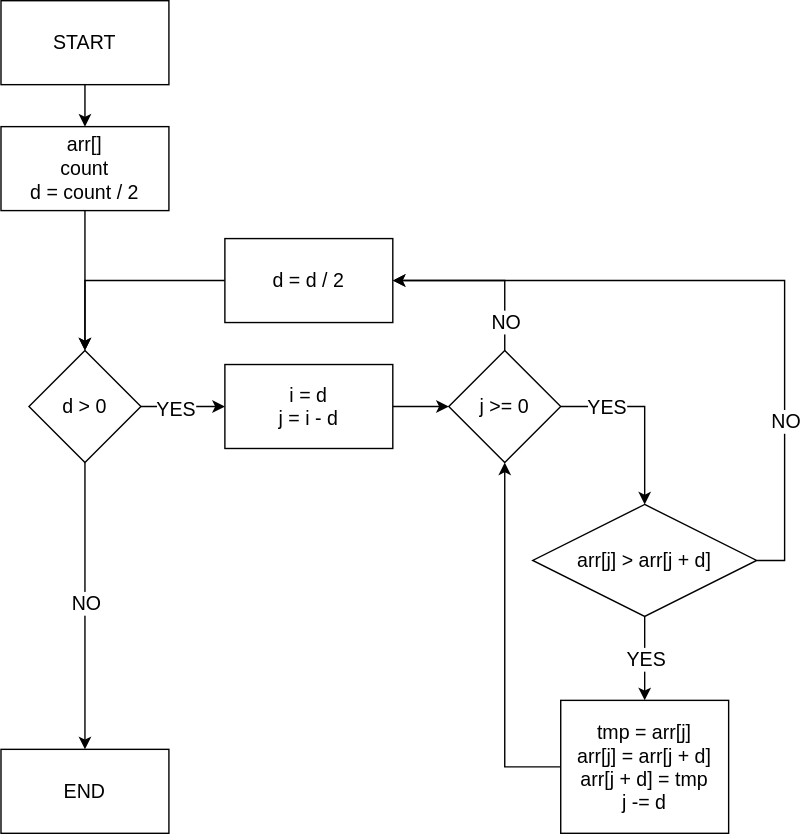
The draw.io diagram diagram/algorithm.svg in KATEHOK/par_prog-3, before a commit. Source tidied: cells renumbered, new cells last; positions are measured from the earlier drawing's top-left corner, leaving out a move shared by most shapes. Its diagram source:
```xml
<mxGraphModel>
  <root>
    <mxCell id="0" />
    <mxCell id="1" parent="0" />
    <mxCell id="2" style="edgeStyle=orthogonalEdgeStyle;rounded=0;jettySize=auto;html=1;" parent="1" edge="1" source="3" target="5">
      <mxGeometry relative="1" as="geometry" />
    </mxCell>
    <mxCell id="3" value="&lt;font style=&quot;font-size: 14px;&quot;&gt;START&lt;/font&gt;" style="rounded=0;whiteSpace=wrap;html=1;" parent="1" vertex="1">
      <mxGeometry width="120" height="60" as="geometry" />
    </mxCell>
    <mxCell id="4" style="edgeStyle=orthogonalEdgeStyle;rounded=0;jettySize=auto;html=1;" parent="1" edge="1" source="5" target="10">
      <mxGeometry relative="1" as="geometry" />
    </mxCell>
    <mxCell id="5" value="&lt;font style=&quot;font-size: 14px;&quot;&gt;arr[]&lt;br&gt;count&lt;br&gt;d = count / 2&lt;br&gt;&lt;/font&gt;" style="rounded=0;whiteSpace=wrap;html=1;" parent="1" vertex="1">
      <mxGeometry y="90" width="120" height="60" as="geometry" />
    </mxCell>
    <mxCell id="6" style="edgeStyle=orthogonalEdgeStyle;rounded=0;jettySize=auto;html=1;exitX=0.5;exitY=1;exitDx=0;exitDy=0;" parent="1" edge="1" source="10" target="11">
      <mxGeometry relative="1" as="geometry" />
    </mxCell>
    <mxCell id="7" value="&lt;font style=&quot;font-size: 14px;&quot;&gt;NO&lt;/font&gt;" style="edgeLabel;html=1;align=center;verticalAlign=middle;" parent="6" vertex="1">
      <mxGeometry x="-0.06" y="-1" relative="1" as="geometry">
        <mxPoint x="1" y="4" as="offset" />
      </mxGeometry>
    </mxCell>
    <mxCell id="8" style="edgeStyle=orthogonalEdgeStyle;rounded=0;jettySize=auto;html=1;" parent="1" edge="1" source="10" target="13">
      <mxGeometry relative="1" as="geometry" />
    </mxCell>
    <mxCell id="9" value="&lt;font style=&quot;font-size: 14px;&quot;&gt;YES&lt;/font&gt;" style="edgeLabel;html=1;align=center;verticalAlign=middle;" parent="8" vertex="1">
      <mxGeometry x="-0.18" y="-1" relative="1" as="geometry" />
    </mxCell>
    <mxCell id="10" value="&lt;font style=&quot;font-size: 14px;&quot;&gt;d &amp;gt; 0&lt;/font&gt;" style="rhombus;whiteSpace=wrap;html=1;" parent="1" vertex="1">
      <mxGeometry x="20" y="250" width="80" height="80" as="geometry" />
    </mxCell>
    <mxCell id="11" value="&lt;font style=&quot;font-size: 14px;&quot;&gt;END&lt;/font&gt;" style="rounded=0;whiteSpace=wrap;html=1;" parent="1" vertex="1">
      <mxGeometry y="535" width="120" height="60" as="geometry" />
    </mxCell>
    <mxCell id="12" style="edgeStyle=orthogonalEdgeStyle;rounded=0;jettySize=auto;html=1;" parent="1" edge="1" source="13" target="20">
      <mxGeometry relative="1" as="geometry" />
    </mxCell>
    <mxCell id="13" value="&lt;font style=&quot;font-size: 14px;&quot;&gt;i = d&lt;br&gt;j = i - d&lt;/font&gt;" style="rounded=0;whiteSpace=wrap;html=1;" parent="1" vertex="1">
      <mxGeometry x="160" y="260" width="120" height="60" as="geometry" />
    </mxCell>
    <mxCell id="14" style="edgeStyle=orthogonalEdgeStyle;rounded=0;jettySize=auto;html=1;exitX=0;exitY=0.5;exitDx=0;exitDy=0;entryX=0.5;entryY=0;entryDx=0;entryDy=0;" parent="1" edge="1" source="15" target="10">
      <mxGeometry relative="1" as="geometry" />
    </mxCell>
    <mxCell id="15" value="&lt;font style=&quot;font-size: 14px;&quot;&gt;d = d / 2&lt;/font&gt;" style="rounded=0;whiteSpace=wrap;html=1;" parent="1" vertex="1">
      <mxGeometry x="160" y="170" width="120" height="60" as="geometry" />
    </mxCell>
    <mxCell id="16" style="edgeStyle=orthogonalEdgeStyle;rounded=0;jettySize=auto;html=1;exitX=0.5;exitY=0;exitDx=0;exitDy=0;entryX=1;entryY=0.5;entryDx=0;entryDy=0;" parent="1" edge="1" source="20" target="15">
      <mxGeometry relative="1" as="geometry" />
    </mxCell>
    <mxCell id="17" value="&lt;font style=&quot;font-size: 14px;&quot;&gt;NO&lt;/font&gt;" style="edgeLabel;html=1;align=center;verticalAlign=middle;" parent="16" vertex="1">
      <mxGeometry x="-0.68" relative="1" as="geometry" />
    </mxCell>
    <mxCell id="18" style="edgeStyle=orthogonalEdgeStyle;rounded=0;jettySize=auto;html=1;exitX=1;exitY=0.5;exitDx=0;exitDy=0;" parent="1" edge="1" source="20" target="25">
      <mxGeometry relative="1" as="geometry" />
    </mxCell>
    <mxCell id="19" value="&lt;font style=&quot;font-size: 14px;&quot;&gt;YES&lt;/font&gt;" style="edgeLabel;html=1;align=center;verticalAlign=middle;" parent="18" vertex="1">
      <mxGeometry x="-0.23" y="1" relative="1" as="geometry">
        <mxPoint x="-18" y="1" as="offset" />
      </mxGeometry>
    </mxCell>
    <mxCell id="20" value="&lt;font style=&quot;font-size: 14px;&quot;&gt;j &amp;gt;= 0&lt;/font&gt;" style="rhombus;whiteSpace=wrap;html=1;" parent="1" vertex="1">
      <mxGeometry x="320" y="250" width="80" height="80" as="geometry" />
    </mxCell>
    <mxCell id="21" style="edgeStyle=orthogonalEdgeStyle;rounded=0;jettySize=auto;html=1;exitX=1;exitY=0.5;exitDx=0;exitDy=0;entryX=1;entryY=0.5;entryDx=0;entryDy=0;" parent="1" edge="1" source="25" target="15">
      <mxGeometry relative="1" as="geometry" />
    </mxCell>
    <mxCell id="22" value="&lt;font style=&quot;font-size: 14px;&quot;&gt;NO&lt;/font&gt;" style="edgeLabel;html=1;align=center;verticalAlign=middle;" parent="21" vertex="1">
      <mxGeometry x="-0.57" y="-1" relative="1" as="geometry">
        <mxPoint x="-1" y="-11" as="offset" />
      </mxGeometry>
    </mxCell>
    <mxCell id="23" style="edgeStyle=orthogonalEdgeStyle;rounded=0;jettySize=auto;html=1;" parent="1" edge="1" source="25" target="27">
      <mxGeometry relative="1" as="geometry" />
    </mxCell>
    <mxCell id="24" value="&lt;font style=&quot;font-size: 14px;&quot;&gt;YES&lt;/font&gt;" style="edgeLabel;html=1;align=center;verticalAlign=middle;" parent="23" vertex="1">
      <mxGeometry x="0.02" y="1" relative="1" as="geometry">
        <mxPoint x="-1" y="-1" as="offset" />
      </mxGeometry>
    </mxCell>
    <mxCell id="25" value="&lt;font style=&quot;font-size: 14px;&quot;&gt;arr[j] &amp;gt; arr[j + d]&lt;/font&gt;" style="rhombus;whiteSpace=wrap;html=1;" parent="1" vertex="1">
      <mxGeometry x="380" y="360" width="160" height="80" as="geometry" />
    </mxCell>
    <mxCell id="26" style="edgeStyle=orthogonalEdgeStyle;rounded=0;jettySize=auto;html=1;exitX=0;exitY=0.5;exitDx=0;exitDy=0;entryX=0.5;entryY=1;entryDx=0;entryDy=0;" parent="1" edge="1" source="27" target="20">
      <mxGeometry relative="1" as="geometry" />
    </mxCell>
    <mxCell id="27" value="&lt;font style=&quot;font-size: 14px;&quot;&gt;tmp = arr[j]&lt;br&gt;arr[j] = arr[j + d]&lt;br&gt;arr[j + d] = tmp&lt;br&gt;j -= d&lt;/font&gt;" style="rounded=0;whiteSpace=wrap;html=1;" parent="1" vertex="1">
      <mxGeometry x="400" y="500" width="120" height="95" as="geometry" />
    </mxCell>
  </root>
</mxGraphModel>
```
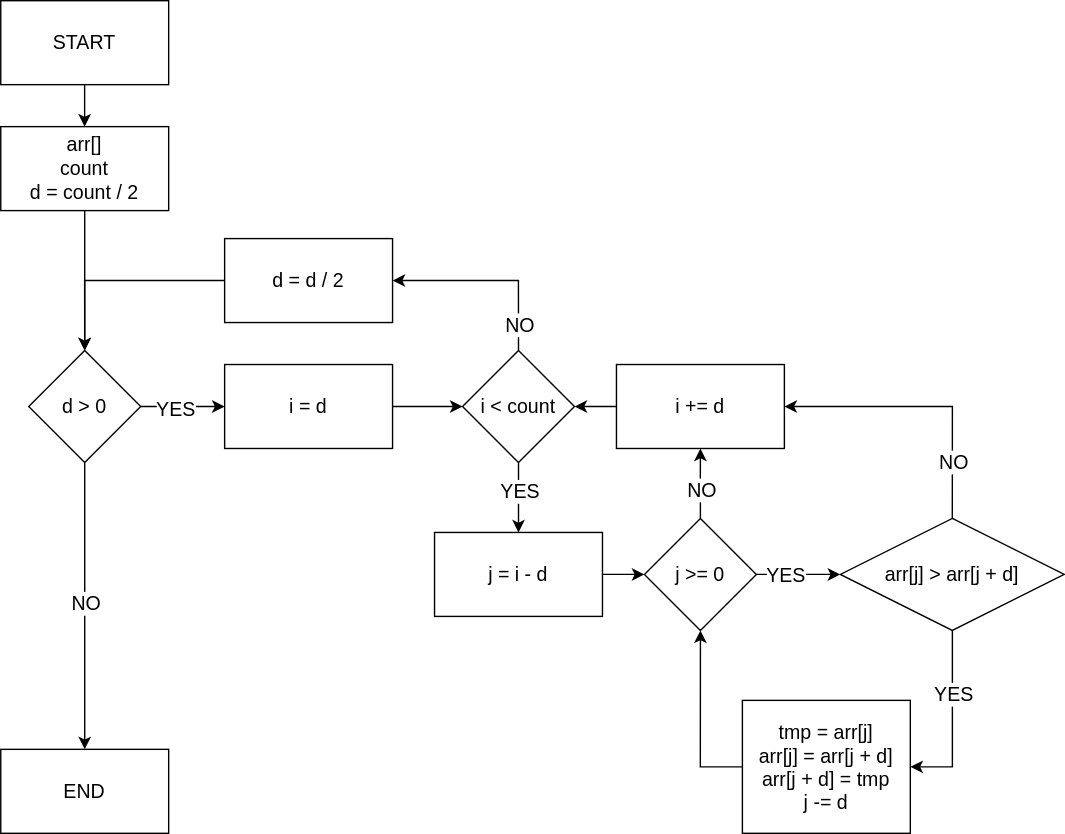
After the change.

Diff of the diagram source:
```diff
@@ -34,10 +34,10 @@
     <mxCell id="11" value="&lt;font style=&quot;font-size: 14px;&quot;&gt;END&lt;/font&gt;" style="rounded=0;whiteSpace=wrap;html=1;" parent="1" vertex="1">
       <mxGeometry y="535" width="120" height="60" as="geometry" />
     </mxCell>
-    <mxCell id="12" style="edgeStyle=orthogonalEdgeStyle;rounded=0;jettySize=auto;html=1;" parent="1" edge="1" source="13" target="20">
+    <mxCell id="12" style="edgeStyle=orthogonalEdgeStyle;rounded=0;jettySize=auto;html=1;entryX=0;entryY=0.5;entryDx=0;entryDy=0;" parent="1" edge="1" source="13" target="32">
       <mxGeometry relative="1" as="geometry" />
     </mxCell>
-    <mxCell id="13" value="&lt;font style=&quot;font-size: 14px;&quot;&gt;i = d&lt;br&gt;j = i - d&lt;/font&gt;" style="rounded=0;whiteSpace=wrap;html=1;" parent="1" vertex="1">
+    <mxCell id="13" value="&lt;font style=&quot;font-size: 14px;&quot;&gt;i = d&lt;br&gt;&lt;/font&gt;" style="rounded=0;whiteSpace=wrap;html=1;" parent="1" vertex="1">
       <mxGeometry x="160" y="260" width="120" height="60" as="geometry" />
     </mxCell>
     <mxCell id="14" style="edgeStyle=orthogonalEdgeStyle;rounded=0;jettySize=auto;html=1;exitX=0;exitY=0.5;exitDx=0;exitDy=0;entryX=0.5;entryY=0;entryDx=0;entryDy=0;" parent="1" edge="1" source="15" target="10">
@@ -46,47 +46,89 @@
     <mxCell id="15" value="&lt;font style=&quot;font-size: 14px;&quot;&gt;d = d / 2&lt;/font&gt;" style="rounded=0;whiteSpace=wrap;html=1;" parent="1" vertex="1">
       <mxGeometry x="160" y="170" width="120" height="60" as="geometry" />
     </mxCell>
-    <mxCell id="16" style="edgeStyle=orthogonalEdgeStyle;rounded=0;jettySize=auto;html=1;exitX=0.5;exitY=0;exitDx=0;exitDy=0;entryX=1;entryY=0.5;entryDx=0;entryDy=0;" parent="1" edge="1" source="20" target="15">
-      <mxGeometry relative="1" as="geometry" />
+    <mxCell id="16" style="edgeStyle=orthogonalEdgeStyle;rounded=0;jettySize=auto;html=1;exitX=0.5;exitY=0;exitDx=0;exitDy=0;entryX=0.5;entryY=1;entryDx=0;entryDy=0;" parent="1" edge="1" source="20" target="36">
+      <mxGeometry relative="1" as="geometry">
+        <Array as="points">
+          <mxPoint x="500" y="340" />
+          <mxPoint x="500" y="340" />
+        </Array>
+      </mxGeometry>
     </mxCell>
     <mxCell id="17" value="&lt;font style=&quot;font-size: 14px;&quot;&gt;NO&lt;/font&gt;" style="edgeLabel;html=1;align=center;verticalAlign=middle;" parent="16" vertex="1">
-      <mxGeometry x="-0.68" relative="1" as="geometry" />
+      <mxGeometry x="-0.68" relative="1" as="geometry">
+        <mxPoint y="-12" as="offset" />
+      </mxGeometry>
     </mxCell>
     <mxCell id="18" style="edgeStyle=orthogonalEdgeStyle;rounded=0;jettySize=auto;html=1;exitX=1;exitY=0.5;exitDx=0;exitDy=0;" parent="1" edge="1" source="20" target="25">
       <mxGeometry relative="1" as="geometry" />
     </mxCell>
     <mxCell id="19" value="&lt;font style=&quot;font-size: 14px;&quot;&gt;YES&lt;/font&gt;" style="edgeLabel;html=1;align=center;verticalAlign=middle;" parent="18" vertex="1">
       <mxGeometry x="-0.23" y="1" relative="1" as="geometry">
-        <mxPoint x="-18" y="1" as="offset" />
+        <mxPoint x="-3" y="1" as="offset" />
       </mxGeometry>
     </mxCell>
     <mxCell id="20" value="&lt;font style=&quot;font-size: 14px;&quot;&gt;j &amp;gt;= 0&lt;/font&gt;" style="rhombus;whiteSpace=wrap;html=1;" parent="1" vertex="1">
-      <mxGeometry x="320" y="250" width="80" height="80" as="geometry" />
+      <mxGeometry x="460" y="370" width="80" height="80" as="geometry" />
     </mxCell>
-    <mxCell id="21" style="edgeStyle=orthogonalEdgeStyle;rounded=0;jettySize=auto;html=1;exitX=1;exitY=0.5;exitDx=0;exitDy=0;entryX=1;entryY=0.5;entryDx=0;entryDy=0;" parent="1" edge="1" source="25" target="15">
-      <mxGeometry relative="1" as="geometry" />
+    <mxCell id="21" style="edgeStyle=orthogonalEdgeStyle;rounded=0;jettySize=auto;html=1;exitX=0.5;exitY=0;exitDx=0;exitDy=0;entryX=1;entryY=0.5;entryDx=0;entryDy=0;" parent="1" edge="1" source="25" target="36">
+      <mxGeometry relative="1" as="geometry">
+        <Array as="points">
+          <mxPoint x="680" y="290" />
+        </Array>
+      </mxGeometry>
     </mxCell>
     <mxCell id="22" value="&lt;font style=&quot;font-size: 14px;&quot;&gt;NO&lt;/font&gt;" style="edgeLabel;html=1;align=center;verticalAlign=middle;" parent="21" vertex="1">
       <mxGeometry x="-0.57" y="-1" relative="1" as="geometry">
-        <mxPoint x="-1" y="-11" as="offset" />
+        <mxPoint x="-1" y="3" as="offset" />
       </mxGeometry>
     </mxCell>
-    <mxCell id="23" style="edgeStyle=orthogonalEdgeStyle;rounded=0;jettySize=auto;html=1;" parent="1" edge="1" source="25" target="27">
+    <mxCell id="23" style="edgeStyle=orthogonalEdgeStyle;rounded=0;jettySize=auto;html=1;entryX=1;entryY=0.5;entryDx=0;entryDy=0;" parent="1" edge="1" source="25" target="27">
       <mxGeometry relative="1" as="geometry" />
     </mxCell>
     <mxCell id="24" value="&lt;font style=&quot;font-size: 14px;&quot;&gt;YES&lt;/font&gt;" style="edgeLabel;html=1;align=center;verticalAlign=middle;" parent="23" vertex="1">
       <mxGeometry x="0.02" y="1" relative="1" as="geometry">
-        <mxPoint x="-1" y="-1" as="offset" />
+        <mxPoint x="-1" y="-20" as="offset" />
       </mxGeometry>
     </mxCell>
     <mxCell id="25" value="&lt;font style=&quot;font-size: 14px;&quot;&gt;arr[j] &amp;gt; arr[j + d]&lt;/font&gt;" style="rhombus;whiteSpace=wrap;html=1;" parent="1" vertex="1">
-      <mxGeometry x="380" y="360" width="160" height="80" as="geometry" />
+      <mxGeometry x="600" y="370" width="160" height="80" as="geometry" />
     </mxCell>
     <mxCell id="26" style="edgeStyle=orthogonalEdgeStyle;rounded=0;jettySize=auto;html=1;exitX=0;exitY=0.5;exitDx=0;exitDy=0;entryX=0.5;entryY=1;entryDx=0;entryDy=0;" parent="1" edge="1" source="27" target="20">
       <mxGeometry relative="1" as="geometry" />
     </mxCell>
     <mxCell id="27" value="&lt;font style=&quot;font-size: 14px;&quot;&gt;tmp = arr[j]&lt;br&gt;arr[j] = arr[j + d]&lt;br&gt;arr[j + d] = tmp&lt;br&gt;j -= d&lt;/font&gt;" style="rounded=0;whiteSpace=wrap;html=1;" parent="1" vertex="1">
-      <mxGeometry x="400" y="500" width="120" height="95" as="geometry" />
+      <mxGeometry x="530" y="500" width="120" height="95" as="geometry" />
     </mxCell>
+    <mxCell id="28" style="edgeStyle=orthogonalEdgeStyle;rounded=0;jettySize=auto;html=1;" parent="1" edge="1" source="32" target="34">
+      <mxGeometry relative="1" as="geometry" />
+    </mxCell>
+    <mxCell id="29" value="&lt;font style=&quot;font-size: 14px;&quot;&gt;YES&lt;/font&gt;" style="edgeLabel;html=1;align=center;verticalAlign=middle;" parent="28" vertex="1">
+      <mxGeometry x="-0.22" y="-3" relative="1" as="geometry">
+        <mxPoint x="3" as="offset" />
+      </mxGeometry>
+    </mxCell>
+    <mxCell id="30" style="edgeStyle=orthogonalEdgeStyle;rounded=0;jettySize=auto;html=1;exitX=0.5;exitY=0;exitDx=0;exitDy=0;entryX=1;entryY=0.5;entryDx=0;entryDy=0;" parent="1" edge="1" source="32" target="15">
+      <mxGeometry relative="1" as="geometry" />
+    </mxCell>
+    <mxCell id="31" value="&lt;font style=&quot;font-size: 14px;&quot;&gt;NO&lt;/font&gt;" style="edgeLabel;html=1;align=center;verticalAlign=middle;" parent="30" vertex="1">
+      <mxGeometry x="-0.61" relative="1" as="geometry">
+        <mxPoint y="8" as="offset" />
+      </mxGeometry>
+    </mxCell>
+    <mxCell id="32" value="&lt;font style=&quot;font-size: 14px;&quot;&gt;i &amp;lt; count&lt;/font&gt;" style="rhombus;whiteSpace=wrap;html=1;" parent="1" vertex="1">
+      <mxGeometry x="330" y="250" width="80" height="80" as="geometry" />
+    </mxCell>
+    <mxCell id="33" style="edgeStyle=orthogonalEdgeStyle;rounded=0;jettySize=auto;html=1;" parent="1" edge="1" source="34" target="20">
+      <mxGeometry relative="1" as="geometry" />
+    </mxCell>
+    <mxCell id="34" value="&lt;font style=&quot;font-size: 14px;&quot;&gt;j = i - d&lt;/font&gt;" style="rounded=0;whiteSpace=wrap;html=1;" parent="1" vertex="1">
+      <mxGeometry x="310" y="380" width="120" height="60" as="geometry" />
+    </mxCell>
+    <mxCell id="35" style="edgeStyle=orthogonalEdgeStyle;rounded=0;jettySize=auto;html=1;" parent="1" edge="1" source="36" target="32">
+      <mxGeometry relative="1" as="geometry" />
+    </mxCell>
+    <mxCell id="36" value="&lt;font style=&quot;font-size: 14px;&quot;&gt;i += d&lt;/font&gt;" style="rounded=0;whiteSpace=wrap;html=1;" parent="1" vertex="1">
+      <mxGeometry x="440" y="260" width="120" height="60" as="geometry" />
+    </mxCell>
   </root>
 </mxGraphModel>
```
